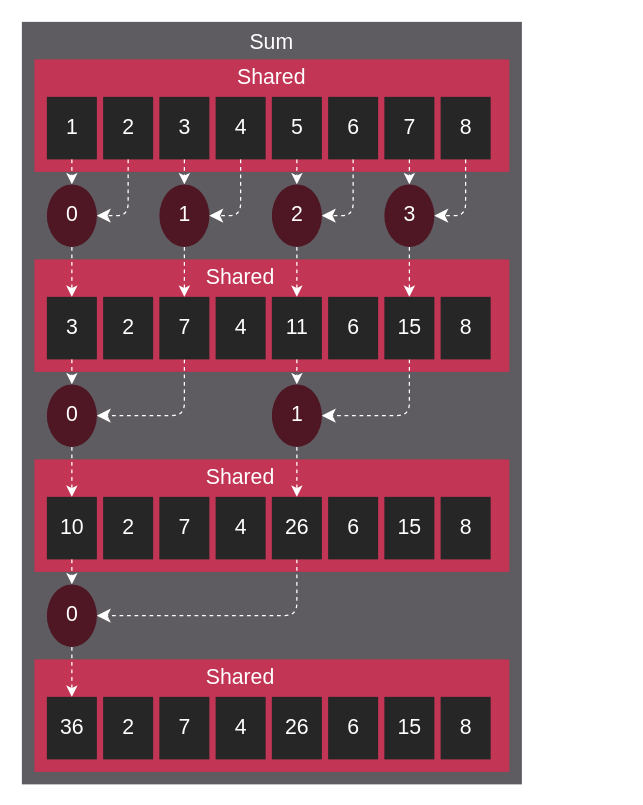
Above: docs/data/tutorial/reduction/reduced_divergence_reduction.drawio in StreamHPC/HIP (draw.io), before the change. Source tidied: cells renumbered, new cells numbered last; positions are measured from the earlier drawing's top-left corner, leaving out a move shared by most shapes. Both pictures are drawn from the tidied source at 125%, with x=0, y=0 at pixel (21, 21).
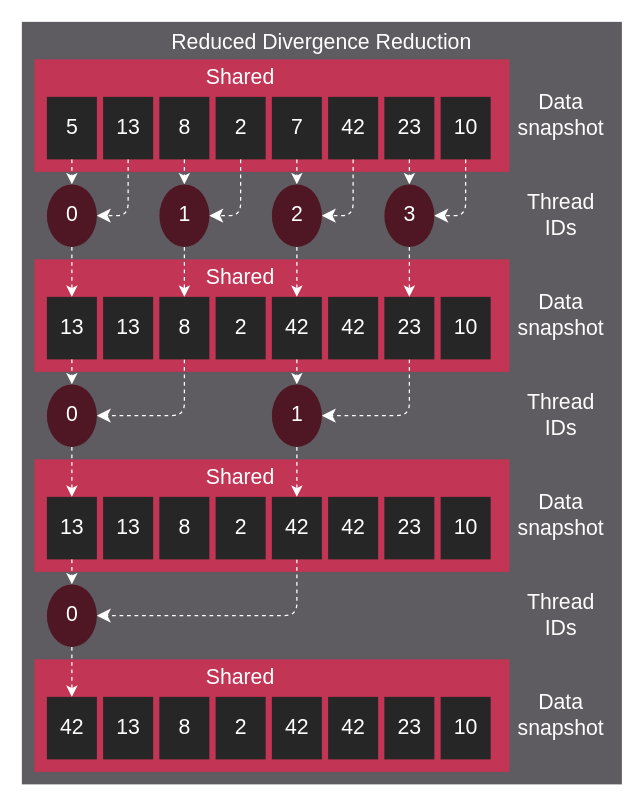
The same diagram, later.

Unchanged cells that the change refers to:
```xml
<mxCell id="75" style="ellipse;whiteSpace=wrap;html=1;fillColor=#4F1623;strokeColor=none;" parent="1" vertex="1">
  <mxGeometry x="20" y="450" width="40" height="50" as="geometry" />
</mxCell>
```

Change to the diagram source:
```diff
@@
-    <mxCell id="2" style="rounded=0;whiteSpace=wrap;html=1;fillColor=#5E5B61;fontColor=#FFFFFF;strokeColor=none;spacing=0;" parent="1" vertex="1">
-      <mxGeometry width="400" height="610" as="geometry" />
-    </mxCell>
-    <mxCell id="3" value="Sum" style="text;strokeColor=none;fillColor=none;align=center;verticalAlign=middle;rounded=0;fontFamily=klavika;fontSize=17;fontColor=#FFFFFF;" parent="1" vertex="1">
-      <mxGeometry x="170" width="60" height="30" as="geometry" />
-    </mxCell>
+    <mxCell id="110" style="rounded=0;whiteSpace=wrap;html=1;fillColor=#5E5B61;fontColor=#FFFFFF;strokeColor=none;spacing=0;" parent="1" vertex="1">
+      <mxGeometry width="480" height="610" as="geometry" />
+    </mxCell>
+    <mxCell id="111" value="Reduced Divergence Reduction" style="text;strokeColor=none;fillColor=none;align=center;verticalAlign=middle;rounded=0;fontFamily=klavika;fontSize=17;fontColor=#FFFFFF;" parent="1" vertex="1">
+      <mxGeometry x="210" width="60" height="30" as="geometry" />
+    </mxCell>
@@
     <mxCell id="5" value="&lt;font face=&quot;Klavika&quot; style=&quot;font-size: 17px;&quot;&gt;Shared&lt;/font&gt;" style="text;html=1;strokeColor=none;fillColor=none;align=center;verticalAlign=middle;whiteSpace=wrap;rounded=0;fontSize=17;fontColor=#FFFFFF;" parent="1" vertex="1">
-      <mxGeometry x="170" y="30" width="60" height="30" as="geometry" />
+      <mxGeometry x="145" y="30" width="60" height="30" as="geometry" />
     </mxCell>
@@
-    <mxCell id="7" value="1" style="text;html=1;strokeColor=none;fillColor=none;align=center;verticalAlign=middle;whiteSpace=wrap;rounded=0;fontFamily=Klavika;fontSize=17;fontColor=#FFFFFF;" parent="1" vertex="1">
-      <mxGeometry x="27.5" y="70" width="25" height="30" as="geometry" />
-    </mxCell>
+    <mxCell id="23" value="5" style="text;html=1;strokeColor=none;fillColor=none;align=center;verticalAlign=middle;whiteSpace=wrap;rounded=0;fontFamily=Klavika;fontSize=17;fontColor=#FFFFFF;" parent="1" vertex="1">
+      <mxGeometry x="27.5" y="70" width="25" height="30" as="geometry" />
+    </mxCell>
@@
-    <mxCell id="10" value="2" style="text;html=1;strokeColor=none;fillColor=none;align=center;verticalAlign=middle;whiteSpace=wrap;rounded=0;fontFamily=Klavika;fontSize=17;fontColor=#FFFFFF;" parent="1" vertex="1">
-      <mxGeometry x="72.5" y="70" width="25" height="30" as="geometry" />
-    </mxCell>
+    <mxCell id="112" value="13" style="text;html=1;strokeColor=none;fillColor=none;align=center;verticalAlign=middle;whiteSpace=wrap;rounded=0;fontFamily=Klavika;fontSize=17;fontColor=#FFFFFF;" parent="1" vertex="1">
+      <mxGeometry x="72.5" y="70" width="25" height="30" as="geometry" />
+    </mxCell>
@@
-    <mxCell id="15" value="3" style="text;html=1;strokeColor=none;fillColor=none;align=center;verticalAlign=middle;whiteSpace=wrap;rounded=0;fontFamily=Klavika;fontSize=17;fontColor=#FFFFFF;" parent="1" vertex="1">
-      <mxGeometry x="117.5" y="70" width="25" height="30" as="geometry" />
-    </mxCell>
+    <mxCell id="113" value="8" style="text;html=1;strokeColor=none;fillColor=none;align=center;verticalAlign=middle;whiteSpace=wrap;rounded=0;fontFamily=Klavika;fontSize=17;fontColor=#FFFFFF;" parent="1" vertex="1">
+      <mxGeometry x="117.5" y="70" width="25" height="30" as="geometry" />
+    </mxCell>
@@
-    <mxCell id="18" value="4" style="text;html=1;strokeColor=none;fillColor=none;align=center;verticalAlign=middle;whiteSpace=wrap;rounded=0;fontFamily=Klavika;fontSize=17;fontColor=#FFFFFF;" parent="1" vertex="1">
-      <mxGeometry x="162.5" y="70" width="25" height="30" as="geometry" />
-    </mxCell>
+    <mxCell id="114" value="2" style="text;html=1;strokeColor=none;fillColor=none;align=center;verticalAlign=middle;whiteSpace=wrap;rounded=0;fontFamily=Klavika;fontSize=17;fontColor=#FFFFFF;" parent="1" vertex="1">
+      <mxGeometry x="162.5" y="70" width="25" height="30" as="geometry" />
+    </mxCell>
@@
-    <mxCell id="23" value="5" style="text;html=1;strokeColor=none;fillColor=none;align=center;verticalAlign=middle;whiteSpace=wrap;rounded=0;fontFamily=Klavika;fontSize=17;fontColor=#FFFFFF;" parent="1" vertex="1">
-      <mxGeometry x="207.5" y="70" width="25" height="30" as="geometry" />
-    </mxCell>
+    <mxCell id="115" value="7" style="text;html=1;strokeColor=none;fillColor=none;align=center;verticalAlign=middle;whiteSpace=wrap;rounded=0;fontFamily=Klavika;fontSize=17;fontColor=#FFFFFF;" parent="1" vertex="1">
+      <mxGeometry x="207.5" y="70" width="25" height="30" as="geometry" />
+    </mxCell>
@@
-    <mxCell id="26" value="6" style="text;html=1;strokeColor=none;fillColor=none;align=center;verticalAlign=middle;whiteSpace=wrap;rounded=0;fontFamily=Klavika;fontSize=17;fontColor=#FFFFFF;" parent="1" vertex="1">
-      <mxGeometry x="252.5" y="70" width="25" height="30" as="geometry" />
-    </mxCell>
+    <mxCell id="116" value="42" style="text;html=1;strokeColor=none;fillColor=none;align=center;verticalAlign=middle;whiteSpace=wrap;rounded=0;fontFamily=Klavika;fontSize=17;fontColor=#FFFFFF;" parent="1" vertex="1">
+      <mxGeometry x="252.5" y="70" width="25" height="30" as="geometry" />
+    </mxCell>
@@
-    <mxCell id="31" value="7" style="text;html=1;strokeColor=none;fillColor=none;align=center;verticalAlign=middle;whiteSpace=wrap;rounded=0;fontFamily=Klavika;fontSize=17;fontColor=#FFFFFF;" parent="1" vertex="1">
-      <mxGeometry x="297.5" y="70" width="25" height="30" as="geometry" />
-    </mxCell>
+    <mxCell id="117" value="23" style="text;html=1;strokeColor=none;fillColor=none;align=center;verticalAlign=middle;whiteSpace=wrap;rounded=0;fontFamily=Klavika;fontSize=17;fontColor=#FFFFFF;" parent="1" vertex="1">
+      <mxGeometry x="297.5" y="70" width="25" height="30" as="geometry" />
+    </mxCell>
@@
-    <mxCell id="34" value="8" style="text;html=1;strokeColor=none;fillColor=none;align=center;verticalAlign=middle;whiteSpace=wrap;rounded=0;fontFamily=Klavika;fontSize=17;fontColor=#FFFFFF;" parent="1" vertex="1">
-      <mxGeometry x="342.5" y="70" width="25" height="30" as="geometry" />
-    </mxCell>
+    <mxCell id="118" value="10" style="text;html=1;strokeColor=none;fillColor=none;align=center;verticalAlign=middle;whiteSpace=wrap;rounded=0;fontFamily=Klavika;fontSize=17;fontColor=#FFFFFF;" parent="1" vertex="1">
+      <mxGeometry x="342.5" y="70" width="25" height="30" as="geometry" />
+    </mxCell>
@@
-    <mxCell id="41" value="3" style="text;html=1;strokeColor=none;fillColor=none;align=center;verticalAlign=middle;whiteSpace=wrap;rounded=0;fontFamily=Klavika;fontSize=17;fontColor=#FFFFFF;" parent="1" vertex="1">
-      <mxGeometry x="27.5" y="230" width="25" height="30" as="geometry" />
-    </mxCell>
+    <mxCell id="119" value="13" style="text;html=1;strokeColor=none;fillColor=none;align=center;verticalAlign=middle;whiteSpace=wrap;rounded=0;fontFamily=Klavika;fontSize=17;fontColor=#FFFFFF;" parent="1" vertex="1">
+      <mxGeometry x="27.5" y="230" width="25" height="30" as="geometry" />
+    </mxCell>
@@
-    <mxCell id="44" value="2" style="text;html=1;strokeColor=none;fillColor=none;align=center;verticalAlign=middle;whiteSpace=wrap;rounded=0;fontFamily=Klavika;fontSize=17;fontColor=#FFFFFF;" parent="1" vertex="1">
-      <mxGeometry x="72.5" y="230" width="25" height="30" as="geometry" />
-    </mxCell>
+    <mxCell id="120" value="13" style="text;html=1;strokeColor=none;fillColor=none;align=center;verticalAlign=middle;whiteSpace=wrap;rounded=0;fontFamily=Klavika;fontSize=17;fontColor=#FFFFFF;" parent="1" vertex="1">
+      <mxGeometry x="72.5" y="230" width="25" height="30" as="geometry" />
+    </mxCell>
@@
-    <mxCell id="49" value="7" style="text;html=1;strokeColor=none;fillColor=none;align=center;verticalAlign=middle;whiteSpace=wrap;rounded=0;fontFamily=Klavika;fontSize=17;fontColor=#FFFFFF;" parent="1" vertex="1">
-      <mxGeometry x="117.5" y="230" width="25" height="30" as="geometry" />
-    </mxCell>
+    <mxCell id="121" value="8" style="text;html=1;strokeColor=none;fillColor=none;align=center;verticalAlign=middle;whiteSpace=wrap;rounded=0;fontFamily=Klavika;fontSize=17;fontColor=#FFFFFF;" parent="1" vertex="1">
+      <mxGeometry x="117.5" y="230" width="25" height="30" as="geometry" />
+    </mxCell>
@@
-    <mxCell id="51" value="4" style="text;html=1;strokeColor=none;fillColor=none;align=center;verticalAlign=middle;whiteSpace=wrap;rounded=0;fontFamily=Klavika;fontSize=17;fontColor=#FFFFFF;" parent="1" vertex="1">
-      <mxGeometry x="162.5" y="230" width="25" height="30" as="geometry" />
-    </mxCell>
+    <mxCell id="122" value="2" style="text;html=1;strokeColor=none;fillColor=none;align=center;verticalAlign=middle;whiteSpace=wrap;rounded=0;fontFamily=Klavika;fontSize=17;fontColor=#FFFFFF;" parent="1" vertex="1">
+      <mxGeometry x="162.5" y="230" width="25" height="30" as="geometry" />
+    </mxCell>
@@
-    <mxCell id="53" value="11" style="text;html=1;strokeColor=none;fillColor=none;align=center;verticalAlign=middle;whiteSpace=wrap;rounded=0;fontFamily=Klavika;fontSize=17;fontColor=#FFFFFF;" parent="1" vertex="1">
-      <mxGeometry x="207.5" y="230" width="25" height="30" as="geometry" />
-    </mxCell>
+    <mxCell id="123" value="42" style="text;html=1;strokeColor=none;fillColor=none;align=center;verticalAlign=middle;whiteSpace=wrap;rounded=0;fontFamily=Klavika;fontSize=17;fontColor=#FFFFFF;" parent="1" vertex="1">
+      <mxGeometry x="207.5" y="230" width="25" height="30" as="geometry" />
+    </mxCell>
@@
-    <mxCell id="56" value="6" style="text;html=1;strokeColor=none;fillColor=none;align=center;verticalAlign=middle;whiteSpace=wrap;rounded=0;fontFamily=Klavika;fontSize=17;fontColor=#FFFFFF;" parent="1" vertex="1">
-      <mxGeometry x="252.5" y="230" width="25" height="30" as="geometry" />
-    </mxCell>
+    <mxCell id="124" value="42" style="text;html=1;strokeColor=none;fillColor=none;align=center;verticalAlign=middle;whiteSpace=wrap;rounded=0;fontFamily=Klavika;fontSize=17;fontColor=#FFFFFF;" parent="1" vertex="1">
+      <mxGeometry x="252.5" y="230" width="25" height="30" as="geometry" />
+    </mxCell>
@@
-    <mxCell id="61" value="15" style="text;html=1;strokeColor=none;fillColor=none;align=center;verticalAlign=middle;whiteSpace=wrap;rounded=0;fontFamily=Klavika;fontSize=17;fontColor=#FFFFFF;" parent="1" vertex="1">
-      <mxGeometry x="297.5" y="230" width="25" height="30" as="geometry" />
-    </mxCell>
+    <mxCell id="125" value="23" style="text;html=1;strokeColor=none;fillColor=none;align=center;verticalAlign=middle;whiteSpace=wrap;rounded=0;fontFamily=Klavika;fontSize=17;fontColor=#FFFFFF;" parent="1" vertex="1">
+      <mxGeometry x="297.5" y="230" width="25" height="30" as="geometry" />
+    </mxCell>
@@
-    <mxCell id="63" value="8" style="text;html=1;strokeColor=none;fillColor=none;align=center;verticalAlign=middle;whiteSpace=wrap;rounded=0;fontFamily=Klavika;fontSize=17;fontColor=#FFFFFF;" parent="1" vertex="1">
-      <mxGeometry x="342.5" y="230" width="25" height="30" as="geometry" />
-    </mxCell>
+    <mxCell id="126" value="10" style="text;html=1;strokeColor=none;fillColor=none;align=center;verticalAlign=middle;whiteSpace=wrap;rounded=0;fontFamily=Klavika;fontSize=17;fontColor=#FFFFFF;" parent="1" vertex="1">
+      <mxGeometry x="342.5" y="230" width="25" height="30" as="geometry" />
+    </mxCell>
@@
-    <mxCell id="71" value="10" style="text;html=1;strokeColor=none;fillColor=none;align=center;verticalAlign=middle;whiteSpace=wrap;rounded=0;fontFamily=Klavika;fontSize=17;fontColor=#FFFFFF;" parent="1" vertex="1">
-      <mxGeometry x="27.5" y="390" width="25" height="30" as="geometry" />
-    </mxCell>
+    <mxCell id="127" value="13" style="text;html=1;strokeColor=none;fillColor=none;align=center;verticalAlign=middle;whiteSpace=wrap;rounded=0;fontFamily=Klavika;fontSize=17;fontColor=#FFFFFF;" parent="1" vertex="1">
+      <mxGeometry x="27.5" y="390" width="25" height="30" as="geometry" />
+    </mxCell>
@@
-    <mxCell id="74" value="2" style="text;html=1;strokeColor=none;fillColor=none;align=center;verticalAlign=middle;whiteSpace=wrap;rounded=0;fontFamily=Klavika;fontSize=17;fontColor=#FFFFFF;" parent="1" vertex="1">
-      <mxGeometry x="72.5" y="390" width="25" height="30" as="geometry" />
-    </mxCell>
+    <mxCell id="128" value="13" style="text;html=1;strokeColor=none;fillColor=none;align=center;verticalAlign=middle;whiteSpace=wrap;rounded=0;fontFamily=Klavika;fontSize=17;fontColor=#FFFFFF;" parent="1" vertex="1">
+      <mxGeometry x="72.5" y="390" width="25" height="30" as="geometry" />
+    </mxCell>
@@
-    <mxCell id="79" value="7" style="text;html=1;strokeColor=none;fillColor=none;align=center;verticalAlign=middle;whiteSpace=wrap;rounded=0;fontFamily=Klavika;fontSize=17;fontColor=#FFFFFF;" parent="1" vertex="1">
-      <mxGeometry x="117.5" y="390" width="25" height="30" as="geometry" />
-    </mxCell>
+    <mxCell id="129" value="8" style="text;html=1;strokeColor=none;fillColor=none;align=center;verticalAlign=middle;whiteSpace=wrap;rounded=0;fontFamily=Klavika;fontSize=17;fontColor=#FFFFFF;" parent="1" vertex="1">
+      <mxGeometry x="117.5" y="390" width="25" height="30" as="geometry" />
+    </mxCell>
@@
-    <mxCell id="81" value="4" style="text;html=1;strokeColor=none;fillColor=none;align=center;verticalAlign=middle;whiteSpace=wrap;rounded=0;fontFamily=Klavika;fontSize=17;fontColor=#FFFFFF;" parent="1" vertex="1">
-      <mxGeometry x="162.5" y="390" width="25" height="30" as="geometry" />
-    </mxCell>
+    <mxCell id="130" value="2" style="text;html=1;strokeColor=none;fillColor=none;align=center;verticalAlign=middle;whiteSpace=wrap;rounded=0;fontFamily=Klavika;fontSize=17;fontColor=#FFFFFF;" parent="1" vertex="1">
+      <mxGeometry x="162.5" y="390" width="25" height="30" as="geometry" />
+    </mxCell>
@@
-    <mxCell id="83" value="26" style="text;html=1;strokeColor=none;fillColor=none;align=center;verticalAlign=middle;whiteSpace=wrap;rounded=0;fontFamily=Klavika;fontSize=17;fontColor=#FFFFFF;" parent="1" vertex="1">
-      <mxGeometry x="207.5" y="390" width="25" height="30" as="geometry" />
-    </mxCell>
+    <mxCell id="131" value="42" style="text;html=1;strokeColor=none;fillColor=none;align=center;verticalAlign=middle;whiteSpace=wrap;rounded=0;fontFamily=Klavika;fontSize=17;fontColor=#FFFFFF;" parent="1" vertex="1">
+      <mxGeometry x="207.5" y="390" width="25" height="30" as="geometry" />
+    </mxCell>
@@
-    <mxCell id="85" value="6" style="text;html=1;strokeColor=none;fillColor=none;align=center;verticalAlign=middle;whiteSpace=wrap;rounded=0;fontFamily=Klavika;fontSize=17;fontColor=#FFFFFF;" parent="1" vertex="1">
-      <mxGeometry x="252.5" y="390" width="25" height="30" as="geometry" />
-    </mxCell>
+    <mxCell id="132" value="42" style="text;html=1;strokeColor=none;fillColor=none;align=center;verticalAlign=middle;whiteSpace=wrap;rounded=0;fontFamily=Klavika;fontSize=17;fontColor=#FFFFFF;" parent="1" vertex="1">
+      <mxGeometry x="252.5" y="390" width="25" height="30" as="geometry" />
+    </mxCell>
@@
-    <mxCell id="87" value="15" style="text;html=1;strokeColor=none;fillColor=none;align=center;verticalAlign=middle;whiteSpace=wrap;rounded=0;fontFamily=Klavika;fontSize=17;fontColor=#FFFFFF;" parent="1" vertex="1">
-      <mxGeometry x="297.5" y="390" width="25" height="30" as="geometry" />
-    </mxCell>
+    <mxCell id="133" value="23" style="text;html=1;strokeColor=none;fillColor=none;align=center;verticalAlign=middle;whiteSpace=wrap;rounded=0;fontFamily=Klavika;fontSize=17;fontColor=#FFFFFF;" parent="1" vertex="1">
+      <mxGeometry x="297.5" y="390" width="25" height="30" as="geometry" />
+    </mxCell>
@@
-    <mxCell id="89" value="8" style="text;html=1;strokeColor=none;fillColor=none;align=center;verticalAlign=middle;whiteSpace=wrap;rounded=0;fontFamily=Klavika;fontSize=17;fontColor=#FFFFFF;" parent="1" vertex="1">
-      <mxGeometry x="342.5" y="390" width="25" height="30" as="geometry" />
-    </mxCell>
+    <mxCell id="134" value="10" style="text;html=1;strokeColor=none;fillColor=none;align=center;verticalAlign=middle;whiteSpace=wrap;rounded=0;fontFamily=Klavika;fontSize=17;fontColor=#FFFFFF;" parent="1" vertex="1">
+      <mxGeometry x="342.5" y="390" width="25" height="30" as="geometry" />
+    </mxCell>
@@
-    <mxCell id="95" value="36" style="text;html=1;strokeColor=none;fillColor=none;align=center;verticalAlign=middle;whiteSpace=wrap;rounded=0;fontFamily=Klavika;fontSize=17;fontColor=#FFFFFF;" parent="1" vertex="1">
-      <mxGeometry x="27.5" y="550" width="25" height="30" as="geometry" />
-    </mxCell>
-    <mxCell id="96" style="endArrow=classic;html=1;dashed=1;strokeColor=#FFFFFF;fontColor=#FFFFFF;exitX=0.5;exitY=1;exitDx=0;exitDy=0;" parent="1" edge="1" source="75">
-      <mxGeometry relative="1" as="geometry">
-        <mxPoint x="40" y="540" as="targetPoint" />
-      </mxGeometry>
-    </mxCell>
+    <mxCell id="135" value="42" style="text;html=1;strokeColor=none;fillColor=none;align=center;verticalAlign=middle;whiteSpace=wrap;rounded=0;fontFamily=Klavika;fontSize=17;fontColor=#FFFFFF;" parent="1" vertex="1">
+      <mxGeometry x="27.5" y="550" width="25" height="30" as="geometry" />
+    </mxCell>
+    <mxCell id="136" style="endArrow=classic;html=1;dashed=1;strokeColor=#FFFFFF;fontColor=#FFFFFF;exitX=0.5;exitY=1;exitDx=0;exitDy=0;" parent="1" edge="1" source="75">
+      <mxGeometry relative="1" as="geometry">
+        <mxPoint x="40" y="540" as="targetPoint" />
+      </mxGeometry>
+    </mxCell>
@@
-    <mxCell id="98" value="2" style="text;html=1;strokeColor=none;fillColor=none;align=center;verticalAlign=middle;whiteSpace=wrap;rounded=0;fontFamily=Klavika;fontSize=17;fontColor=#FFFFFF;" parent="1" vertex="1">
-      <mxGeometry x="72.5" y="550" width="25" height="30" as="geometry" />
-    </mxCell>
+    <mxCell id="137" value="13" style="text;html=1;strokeColor=none;fillColor=none;align=center;verticalAlign=middle;whiteSpace=wrap;rounded=0;fontFamily=Klavika;fontSize=17;fontColor=#FFFFFF;" parent="1" vertex="1">
+      <mxGeometry x="72.5" y="550" width="25" height="30" as="geometry" />
+    </mxCell>
@@
-    <mxCell id="100" value="7" style="text;html=1;strokeColor=none;fillColor=none;align=center;verticalAlign=middle;whiteSpace=wrap;rounded=0;fontFamily=Klavika;fontSize=17;fontColor=#FFFFFF;" parent="1" vertex="1">
-      <mxGeometry x="117.5" y="550" width="25" height="30" as="geometry" />
-    </mxCell>
+    <mxCell id="138" value="8" style="text;html=1;strokeColor=none;fillColor=none;align=center;verticalAlign=middle;whiteSpace=wrap;rounded=0;fontFamily=Klavika;fontSize=17;fontColor=#FFFFFF;" parent="1" vertex="1">
+      <mxGeometry x="117.5" y="550" width="25" height="30" as="geometry" />
+    </mxCell>
@@
-    <mxCell id="102" value="4" style="text;html=1;strokeColor=none;fillColor=none;align=center;verticalAlign=middle;whiteSpace=wrap;rounded=0;fontFamily=Klavika;fontSize=17;fontColor=#FFFFFF;" parent="1" vertex="1">
-      <mxGeometry x="162.5" y="550" width="25" height="30" as="geometry" />
-    </mxCell>
+    <mxCell id="139" value="2" style="text;html=1;strokeColor=none;fillColor=none;align=center;verticalAlign=middle;whiteSpace=wrap;rounded=0;fontFamily=Klavika;fontSize=17;fontColor=#FFFFFF;" parent="1" vertex="1">
+      <mxGeometry x="162.5" y="550" width="25" height="30" as="geometry" />
+    </mxCell>
@@
-    <mxCell id="104" value="26" style="text;html=1;strokeColor=none;fillColor=none;align=center;verticalAlign=middle;whiteSpace=wrap;rounded=0;fontFamily=Klavika;fontSize=17;fontColor=#FFFFFF;" parent="1" vertex="1">
-      <mxGeometry x="207.5" y="550" width="25" height="30" as="geometry" />
-    </mxCell>
+    <mxCell id="140" value="42" style="text;html=1;strokeColor=none;fillColor=none;align=center;verticalAlign=middle;whiteSpace=wrap;rounded=0;fontFamily=Klavika;fontSize=17;fontColor=#FFFFFF;" parent="1" vertex="1">
+      <mxGeometry x="207.5" y="550" width="25" height="30" as="geometry" />
+    </mxCell>
@@
-    <mxCell id="106" value="6" style="text;html=1;strokeColor=none;fillColor=none;align=center;verticalAlign=middle;whiteSpace=wrap;rounded=0;fontFamily=Klavika;fontSize=17;fontColor=#FFFFFF;" parent="1" vertex="1">
-      <mxGeometry x="252.5" y="550" width="25" height="30" as="geometry" />
-    </mxCell>
+    <mxCell id="141" value="42" style="text;html=1;strokeColor=none;fillColor=none;align=center;verticalAlign=middle;whiteSpace=wrap;rounded=0;fontFamily=Klavika;fontSize=17;fontColor=#FFFFFF;" parent="1" vertex="1">
+      <mxGeometry x="252.5" y="550" width="25" height="30" as="geometry" />
+    </mxCell>
@@
-    <mxCell id="108" value="15" style="text;html=1;strokeColor=none;fillColor=none;align=center;verticalAlign=middle;whiteSpace=wrap;rounded=0;fontFamily=Klavika;fontSize=17;fontColor=#FFFFFF;" parent="1" vertex="1">
-      <mxGeometry x="297.5" y="550" width="25" height="30" as="geometry" />
-    </mxCell>
+    <mxCell id="142" value="23" style="text;html=1;strokeColor=none;fillColor=none;align=center;verticalAlign=middle;whiteSpace=wrap;rounded=0;fontFamily=Klavika;fontSize=17;fontColor=#FFFFFF;" parent="1" vertex="1">
+      <mxGeometry x="297.5" y="550" width="25" height="30" as="geometry" />
+    </mxCell>
@@
-    <mxCell id="110" value="8" style="text;html=1;strokeColor=none;fillColor=none;align=center;verticalAlign=middle;whiteSpace=wrap;rounded=0;fontFamily=Klavika;fontSize=17;fontColor=#FFFFFF;" parent="1" vertex="1">
-      <mxGeometry x="342.5" y="550" width="25" height="30" as="geometry" />
-    </mxCell>
+    <mxCell id="143" value="10" style="text;html=1;strokeColor=none;fillColor=none;align=center;verticalAlign=middle;whiteSpace=wrap;rounded=0;fontFamily=Klavika;fontSize=17;fontColor=#FFFFFF;" parent="1" vertex="1">
+      <mxGeometry x="342.5" y="550" width="25" height="30" as="geometry" />
+    </mxCell>
+    <mxCell id="144" value="Thread IDs" style="text;strokeColor=none;fillColor=none;align=center;verticalAlign=middle;rounded=0;fontFamily=klavika;fontSize=17;fontColor=#FFFFFF;whiteSpace=wrap;rotation=0;" parent="1" vertex="1">
+      <mxGeometry x="400" y="140" width="62.5" height="30" as="geometry" />
+    </mxCell>
+    <mxCell id="145" value="Data snapshot" style="text;strokeColor=none;fillColor=none;align=center;verticalAlign=middle;rounded=0;fontFamily=klavika;fontSize=17;fontColor=#FFFFFF;whiteSpace=wrap;rotation=0;" parent="1" vertex="1">
+      <mxGeometry x="400" y="50" width="62.5" height="50" as="geometry" />
+    </mxCell>
+    <mxCell id="146" value="Thread IDs" style="text;strokeColor=none;fillColor=none;align=center;verticalAlign=middle;rounded=0;fontFamily=klavika;fontSize=17;fontColor=#FFFFFF;whiteSpace=wrap;rotation=0;" parent="1" vertex="1">
+      <mxGeometry x="400" y="300" width="62.5" height="30" as="geometry" />
+    </mxCell>
+    <mxCell id="147" value="Data snapshot" style="text;strokeColor=none;fillColor=none;align=center;verticalAlign=middle;rounded=0;fontFamily=klavika;fontSize=17;fontColor=#FFFFFF;whiteSpace=wrap;rotation=0;" parent="1" vertex="1">
+      <mxGeometry x="400" y="210" width="62.5" height="50" as="geometry" />
+    </mxCell>
+    <mxCell id="148" value="Thread IDs" style="text;strokeColor=none;fillColor=none;align=center;verticalAlign=middle;rounded=0;fontFamily=klavika;fontSize=17;fontColor=#FFFFFF;whiteSpace=wrap;rotation=0;" parent="1" vertex="1">
+      <mxGeometry x="400" y="460" width="62.5" height="30" as="geometry" />
+    </mxCell>
+    <mxCell id="149" value="Data snapshot" style="text;strokeColor=none;fillColor=none;align=center;verticalAlign=middle;rounded=0;fontFamily=klavika;fontSize=17;fontColor=#FFFFFF;whiteSpace=wrap;rotation=0;" parent="1" vertex="1">
+      <mxGeometry x="400" y="370" width="62.5" height="50" as="geometry" />
+    </mxCell>
+    <mxCell id="150" value="Data snapshot" style="text;strokeColor=none;fillColor=none;align=center;verticalAlign=middle;rounded=0;fontFamily=klavika;fontSize=17;fontColor=#FFFFFF;whiteSpace=wrap;rotation=0;" parent="1" vertex="1">
+      <mxGeometry x="400" y="530" width="62.5" height="50" as="geometry" />
+    </mxCell>
```
